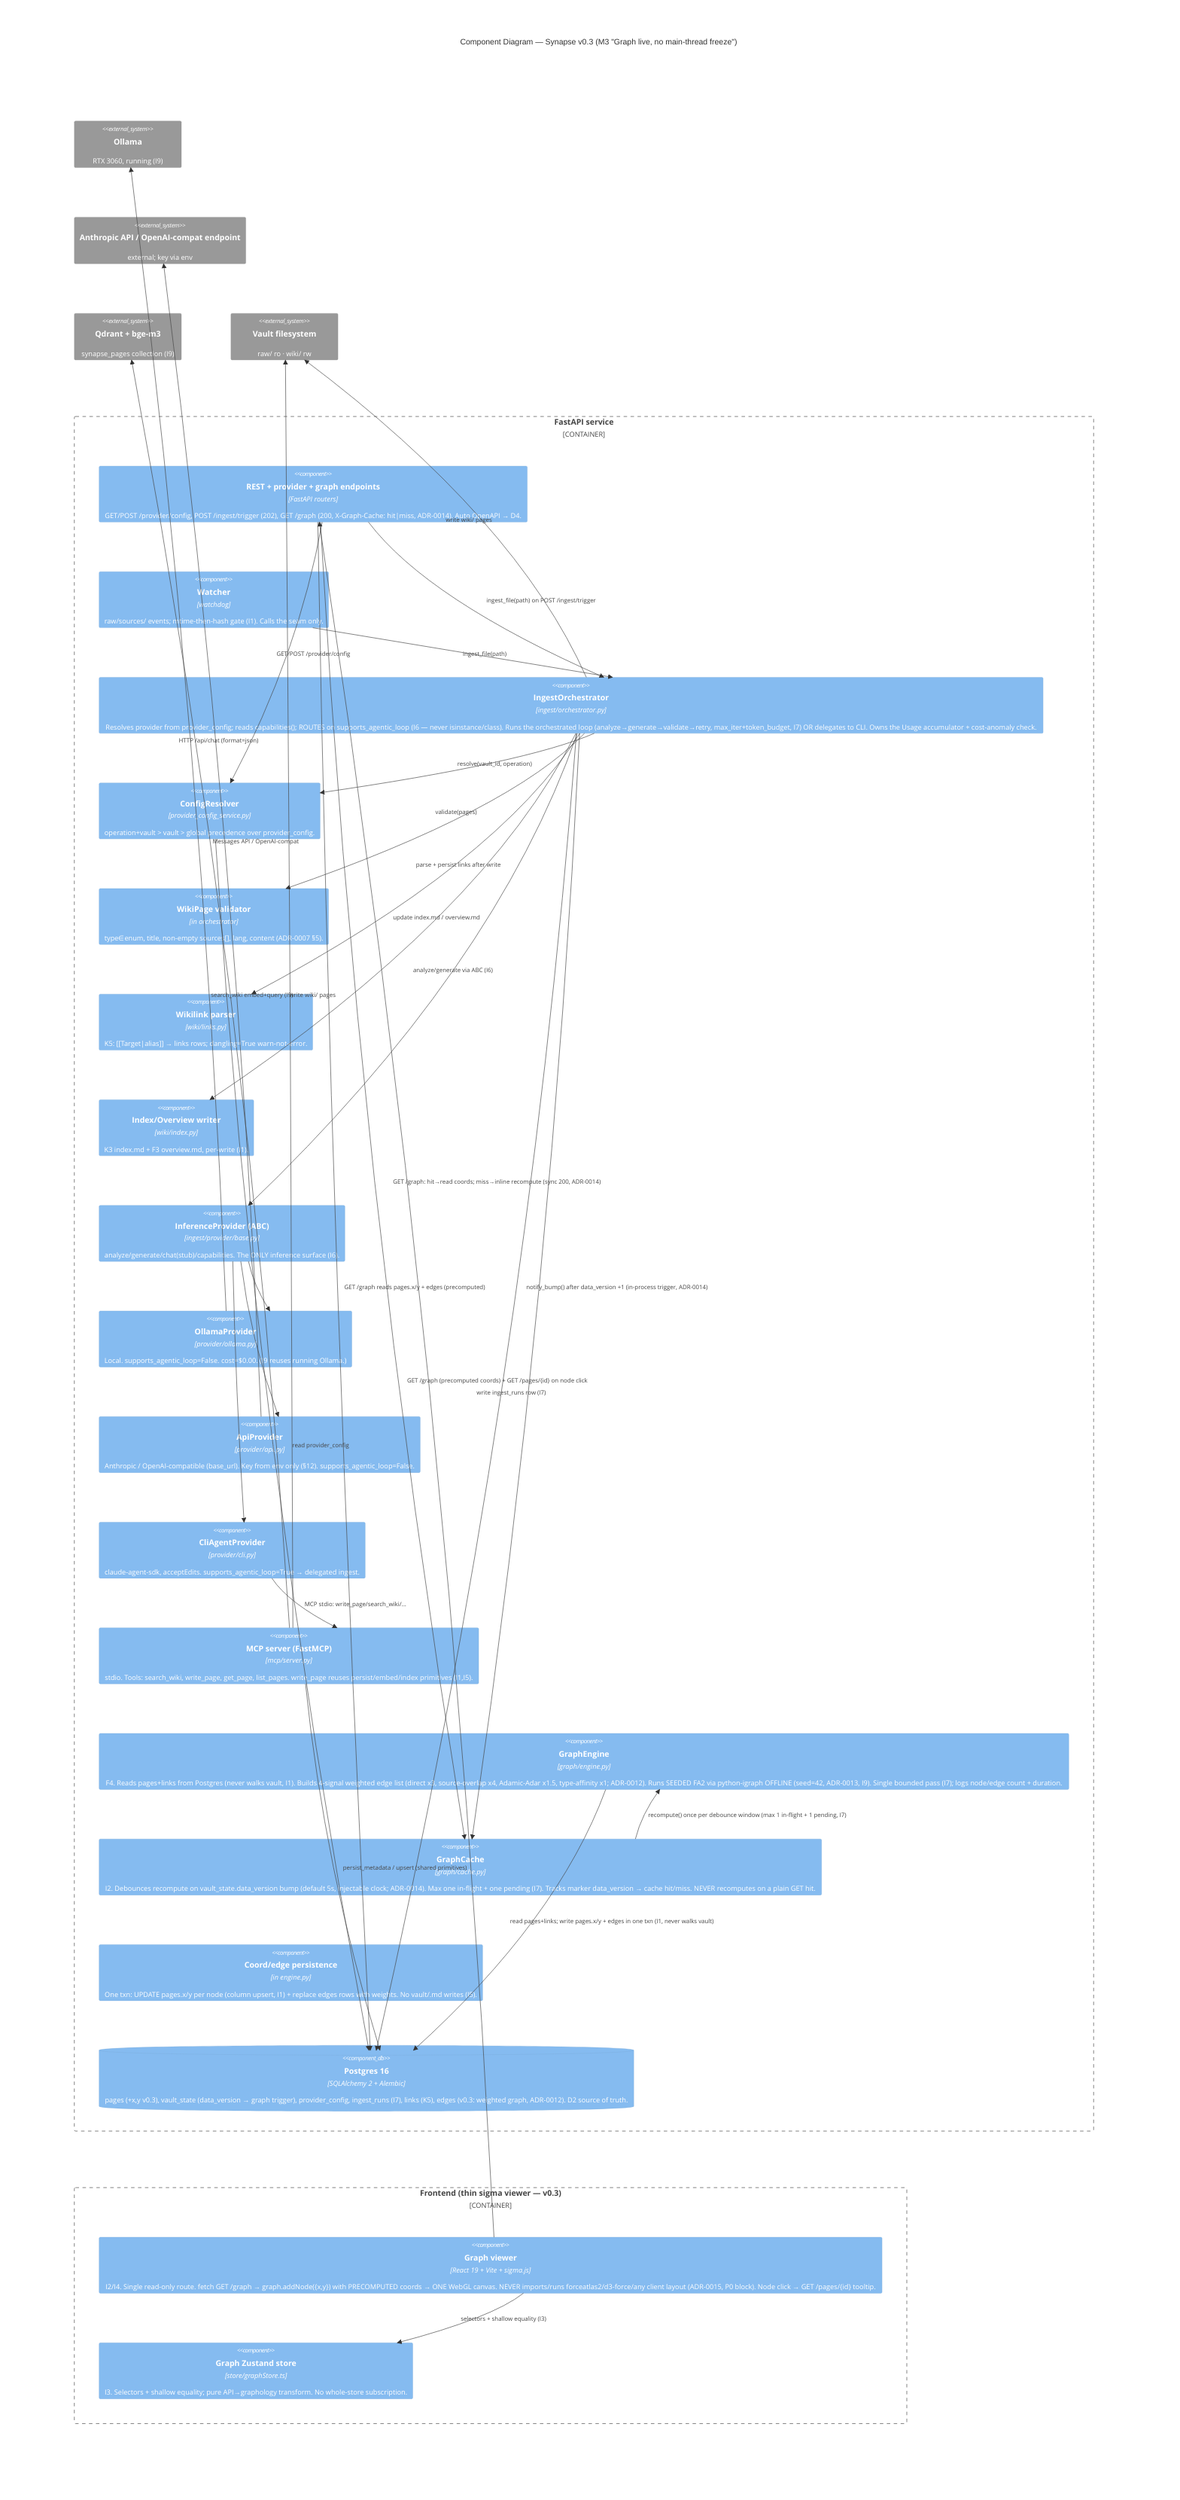
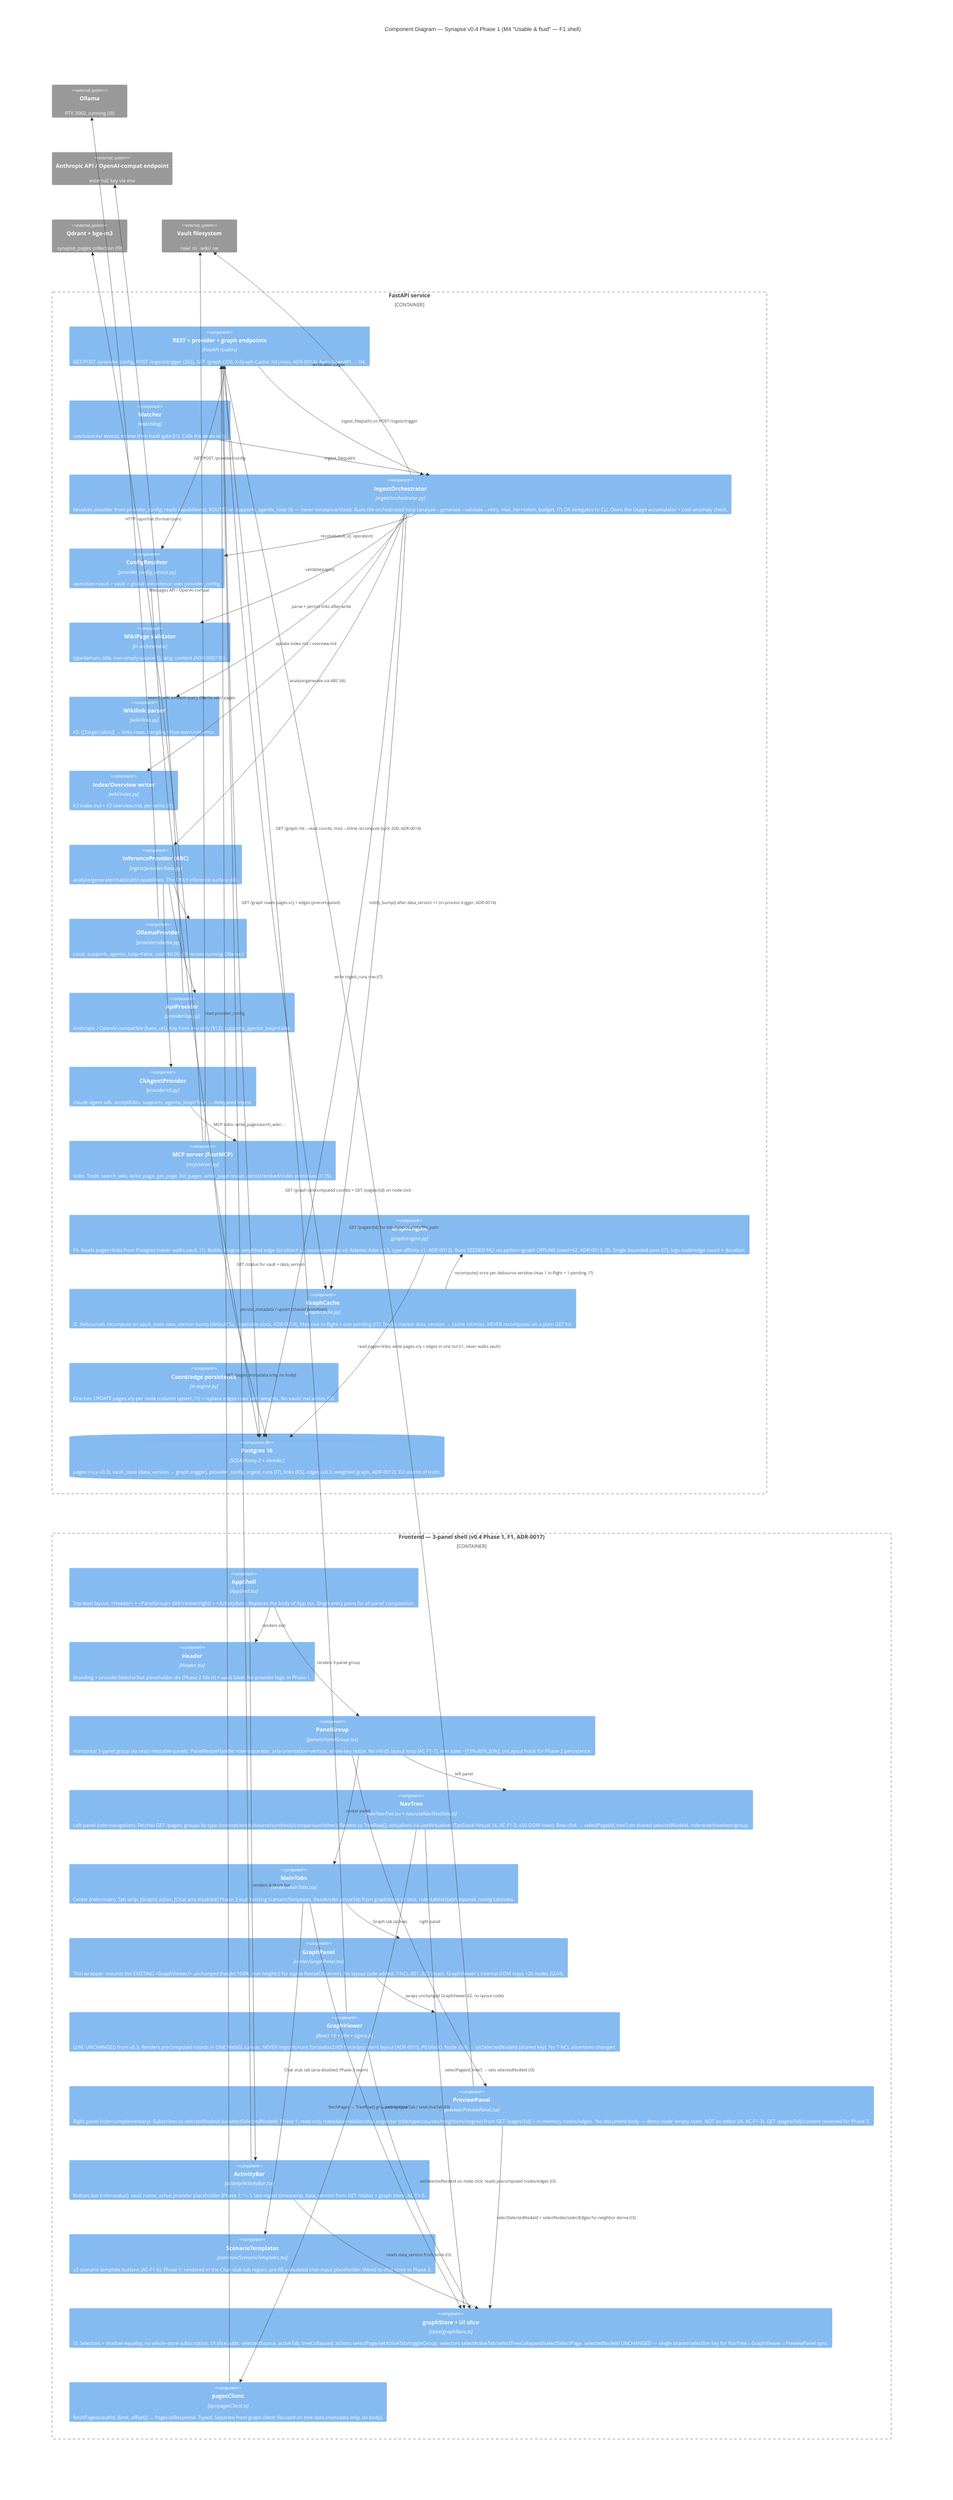
C4Component
-     %% <!-- Generated: v0.3 sprint 3 | 2026-06-28 -->
-     %% v0.3 adds the F4 graph engine + I2 cache + GET /graph + thin sigma viewer.
-     %% I2: FA2 runs ONLY server-side (GraphEngine via igraph); coords persisted in pages.x/y;
-     %% recompute debounced on vault_state.data_version (GraphCache); client renders precomputed
-     %% coords in ONE WebGL canvas — NEVER a force layout on the UI main thread (ADR-0013/14/15).
-     title Component Diagram — Synapse v0.3 (M3 "Graph live, no main-thread freeze")
+     %% <!-- Generated: v0.4 sprint 4 | 2026-06-28 -->
+     %% v0.3: F4 graph engine + I2 cache + GET /graph + thin sigma viewer (ADR-0013/14/15/16).
+     %% v0.4 Phase 1: F1 three-panel shell (ADR-0017). AppShell wraps all panels; GraphPanel
+     %% wraps the UNCHANGED GraphViewer (T-NCL-001..022 intact, I2); NavTree + PreviewPanel
+     %% share the single selectedNodeId key via graphStore UI slice (I3); all long lists
+     %% virtualized (TanStack Virtual, I4); no client-side layout code added (I2).
+     title Component Diagram — Synapse v0.4 Phase 1 (M4 "Usable & fluid" — F1 shell)

    Container_Boundary(api, "FastAPI service") {
        Component(rest, "REST + provider + graph endpoints", "FastAPI routers", "GET/POST /provider/config, POST /ingest/trigger (202), GET /graph (200, X-Graph-Cache: hit|miss, ADR-0014). Auto OpenAPI → D4.")
        Component(watcher, "Watcher", "watchdog", "raw/sources/ events; mtime-then-hash gate (I1). Calls the seam only.")
        Component(orch, "IngestOrchestrator", "ingest/orchestrator.py", "Resolves provider from provider_config; reads capabilities(); ROUTES on supports_agentic_loop (I6 — never isinstance/class). Runs the orchestrated loop (analyze→generate→validate→retry, max_iter+token_budget, I7) OR delegates to CLI. Owns the Usage accumulator + cost-anomaly check.")
        Component(resolver, "ConfigResolver", "provider_config_service.py", "operation+vault > vault > global precedence over provider_config.")
        Component(validator, "WikiPage validator", "in orchestrator", "type∈enum, title, non-empty sources[], lang, content (ADR-0007 §5).")
        Component(k5, "Wikilink parser", "wiki/links.py", "K5: [[Target|alias]] → links rows; dangling=True warn-not-error.")
        Component(k3, "Index/Overview writer", "wiki/index.py", "K3 index.md + F3 overview.md, per-write (I1).")
        Component(prov, "InferenceProvider (ABC)", "ingest/provider/base.py", "analyze/generate/chat(stub)/capabilities. The ONLY inference surface (I6).")
        Component(ollama, "OllamaProvider", "provider/ollama.py", "Local. supports_agentic_loop=False. cost=$0.00. (I9 reuses running Ollama.)")
        Component(apip, "ApiProvider", "provider/api.py", "Anthropic / OpenAI-compatible (base_url). Key from env only (§12). supports_agentic_loop=False.")
        Component(clip, "CliAgentProvider", "provider/cli.py", "claude-agent-sdk, acceptEdits. supports_agentic_loop=True → delegated ingest.")
        Component(mcp, "MCP server (FastMCP)", "mcp/server.py", "stdio. Tools: search_wiki, write_page, get_page, list_pages. write_page reuses persist/embed/index primitives (I1,I5).")
        Component(gengine, "GraphEngine", "graph/engine.py", "F4. Reads pages+links from Postgres (never walks vault, I1). Builds 4-signal weighted edge list (direct x3, source-overlap x4, Adamic-Adar x1.5, type-affinity x1; ADR-0012). Runs SEEDED FA2 via python-igraph OFFLINE (seed=42, ADR-0013, I9). Single bounded pass (I7); logs node/edge count + duration.")
        Component(gcache, "GraphCache", "graph/cache.py", "I2. Debounces recompute on vault_state.data_version bump (default 5s, injectable clock; ADR-0014). Max one in-flight + one pending (I7). Tracks marker data_version → cache hit/miss. NEVER recomputes on a plain GET hit.")
        Component(gpersist, "Coord/edge persistence", "in engine.py", "One txn: UPDATE pages.x/y per node (column upsert, I1) + replace edges rows with weights. No vault/.md writes (I5).")
        ComponentDb(pg, "Postgres 16", "SQLAlchemy 2 + Alembic", "pages (+x,y v0.3), vault_state (data_version → graph trigger), provider_config, ingest_runs (I7), links (K5), edges (v0.3: weighted graph, ADR-0012). D2 source of truth.")
    }

-     Container_Boundary(fe, "Frontend (thin sigma viewer — v0.3)") {
-         Component(viewer, "Graph viewer", "React 19 + Vite + sigma.js", "I2/I4. Single read-only route. fetch GET /graph → graph.addNode({x,y}) with PRECOMPUTED coords → ONE WebGL canvas. NEVER imports/runs forceatlas2/d3-force/any client layout (ADR-0015, P0 block). Node click → GET /pages/{id} tooltip.")
-         Component(gstore, "Graph Zustand store", "store/graphStore.ts", "I3. Selectors + shallow equality; pure API→graphology transform. No whole-store subscription.")
+     Container_Boundary(fe, "Frontend — 3-panel shell (v0.4 Phase 1, F1, ADR-0017)") {
+         Component(appshell, "AppShell", "AppShell.tsx", "Top-level layout: <Header> + <PanelGroup> (left/center/right) + <ActivityBar>. Replaces the body of App.tsx. Single entry point for all panel composition.")
+         Component(header, "Header", "Header.tsx", "Branding + providerSelectorSlot placeholder div (Phase 2 fills it) + vault label. No provider logic in Phase 1.")
+         Component(panelgroup, "PanelGroup", "panels/PanelGroup.tsx", "Horizontal 3-panel group via react-resizable-panels. PanelResizeHandle: role=separator, aria-orientation=vertical, arrow-key resize. No rAF/JS layout loop (AC-F1-7). min sizes ~[15%,40%,20%]; onLayout hook for Phase-2 persistence.")
+         Component(navtree, "NavTree", "nav/NavTree.tsx + nav/useNavTreeData.ts", "Left panel (role=navigation). Fetches GET /pages; groups by type (concept/entity/source/synthesis/comparison/other); flattens to TreeRow[]; virtualizes via useVirtualizer (TanStack Virtual, I4, AC-F1-2, ≤50 DOM rows). Row click → selectPage(id,'tree') on shared selectedNodeId. role=tree/treeitem/group.")
+         Component(maintabs, "MainTabs", "center/MainTabs.tsx", "Center (role=main). Tab strip: [Graph] active, [Chat aria-disabled] Phase-3 stub hosting ScenarioTemplates. Reads/sets activeTab from graphStore UI slice. role=tablist/tab/tabpanel; roving tabindex.")
+         Component(graphpanel, "GraphPanel", "center/GraphPanel.tsx", "Thin wrapper: mounts the EXISTING <GraphViewer/> unchanged (height:100%; min-height:0 for sigma ResizeObserver). No layout code added. T-NCL-001..022 intact. GraphViewer's internal DOM stays <20 nodes (I2/I4).")
+         Component(viewer, "GraphViewer", "React 19 + Vite + sigma.js", "I2/I4. UNCHANGED from v0.3. Renders precomputed coords in ONE WebGL canvas. NEVER imports/runs forceatlas2/d3-force/any client layout (ADR-0015, P0 block). Node click → setSelectedNodeId (shared key). No T-NCL assertions changed.")
+         Component(previewpanel, "PreviewPanel", "preview/PreviewPanel.tsx", "Right panel (role=complementary). Subscribes to selectedNodeId via selectSelectedNodeId. Phase 1: read-only metadata+relationship inspector (title/type/sources/neighbors/degree) from GET /pages/{id} + in-memory nodes/edges. 'No document body — demo node' empty state. NOT an editor (I4, AC-F1-3). GET /pages/{id}/content reserved for Phase 3.")
+         Component(activitybar, "ActivityBar", "activity/ActivityBar.tsx", "Bottom bar (role=status). vault name, active provider placeholder (Phase 1: '—'), last-ingest timestamp, data_version from GET /status + graph store. AC-F1-5.")
+         Component(scenariotemplates, "ScenarioTemplates", "common/ScenarioTemplates.tsx", "≥2 scenario template buttons (AC-F1-6). Phase 1: rendered in the Chat-stub tab region; pre-fill a disabled chat-input placeholder. Wired to chat store in Phase 3.")
+         Component(gstore, "graphStore + UI slice", "store/graphStore.ts", "I3. Selectors + shallow equality; no whole-store subscription. UI slice adds: selectedSource, activeTab, treeCollapsed; actions selectPage/setActiveTab/toggleGroup; selectors selectActiveTab/selectTreeCollapsed/selectSelectPage. selectedNodeId UNCHANGED — single shared selection key for NavTree↔GraphViewer↔PreviewPanel sync.")
+         Component(pagesclient, "pagesClient", "api/pagesClient.ts", "fetchPages(vaultId, {limit, offset}) → PageListResponse. Typed. Separate from graph client; focused on tree data (metadata only, no body).")
    }

    System_Ext(ollamasvc, "Ollama", "RTX 3060, running (I9)")
    System_Ext(anthropic, "Anthropic API / OpenAI-compat endpoint", "external; key via env")
    System_Ext(qdrant, "Qdrant + bge-m3", "synapse_pages collection (I9)")
    System_Ext(vaultfs, "Vault filesystem", "raw/ ro · wiki/ rw")

    Rel(watcher, orch, "ingest_file(path)")
    Rel(rest, orch, "ingest_file(path) on POST /ingest/trigger")
    Rel(rest, resolver, "GET/POST /provider/config")
    Rel(orch, resolver, "resolve(vault_id, operation)")
    Rel(resolver, pg, "read provider_config")
    Rel(orch, prov, "analyze/generate via ABC (I6)")
    Rel(orch, validator, "validate(pages)")
    Rel(orch, k5, "parse + persist links after write")
    Rel(orch, k3, "update index.md / overview.md")
    Rel(orch, pg, "write ingest_runs row (I7)")
    Rel(prov, ollama, "")
    Rel(prov, apip, "")
    Rel(prov, clip, "")
    Rel(ollama, ollamasvc, "HTTP /api/chat (format=json)")
    Rel(apip, anthropic, "Messages API / OpenAI-compat")
    Rel(clip, mcp, "MCP stdio: write_page/search_wiki/...")
    Rel(mcp, pg, "persist_metadata / upsert (shared primitives)")
    Rel(mcp, qdrant, "search_wiki embed+query (I9)")
    Rel(orch, vaultfs, "write wiki/ pages")
    Rel(mcp, vaultfs, "write wiki/ pages")

    %% v0.3 F4 graph relations
    Rel(orch, gcache, "notify_bump() after data_version +1 (in-process trigger, ADR-0014)")
    Rel(gcache, gengine, "recompute() once per debounce window (max 1 in-flight + 1 pending, I7)")
    Rel(gengine, pg, "read pages+links; write pages.x/y + edges in one txn (I1, never walks vault)")
    Rel(rest, gcache, "GET /graph: hit→read coords; miss→inline recompute (sync 200, ADR-0014)")
    Rel(rest, pg, "GET /graph reads pages.x/y + edges (precomputed)")
    Rel(viewer, rest, "GET /graph (precomputed coords) + GET /pages/{id} on node click")
-     Rel(viewer, gstore, "selectors + shallow equality (I3)")
+     Rel(viewer, gstore, "setSelectedNodeId on node click; reads precomputed nodes/edges (I3)")
+ 
+     %% v0.4 Phase 1 — F1 shell relations (ADR-0017)
+     Rel(appshell, header, "renders slot")
+     Rel(appshell, panelgroup, "renders 3-panel group")
+     Rel(appshell, activitybar, "renders bottom bar")
+     Rel(panelgroup, navtree, "left panel")
+     Rel(panelgroup, maintabs, "center panel")
+     Rel(panelgroup, previewpanel, "right panel")
+     Rel(maintabs, graphpanel, "Graph tab (active)")
+     Rel(maintabs, scenariotemplates, "Chat stub tab (aria-disabled, Phase-3 seam)")
+     Rel(graphpanel, viewer, "wraps unchanged GraphViewer (I2, no layout code)")
+     Rel(navtree, pagesclient, "fetchPages → TreeRow[] grouped by type")
+     Rel(pagesclient, rest, "GET /pages (metadata only, no body)")
+     Rel(navtree, gstore, "selectPage(id,'tree') → sets selectedNodeId (I3)")
+     Rel(previewpanel, gstore, "selectSelectedNodeId + selectNodes/selectEdges for neighbor derive (I3)")
+     Rel(previewpanel, rest, "GET /pages/{id} for title/type/sources/file_path")
+     Rel(activitybar, rest, "GET /status for vault + data_version")
+     Rel(activitybar, gstore, "reads data_version from store (I3)")
+     Rel(maintabs, gstore, "selectActiveTab / setActiveTab (I3)")

    UpdateLayoutConfig($c4ShapeInRow="3", $c4BoundaryInRow="1")
